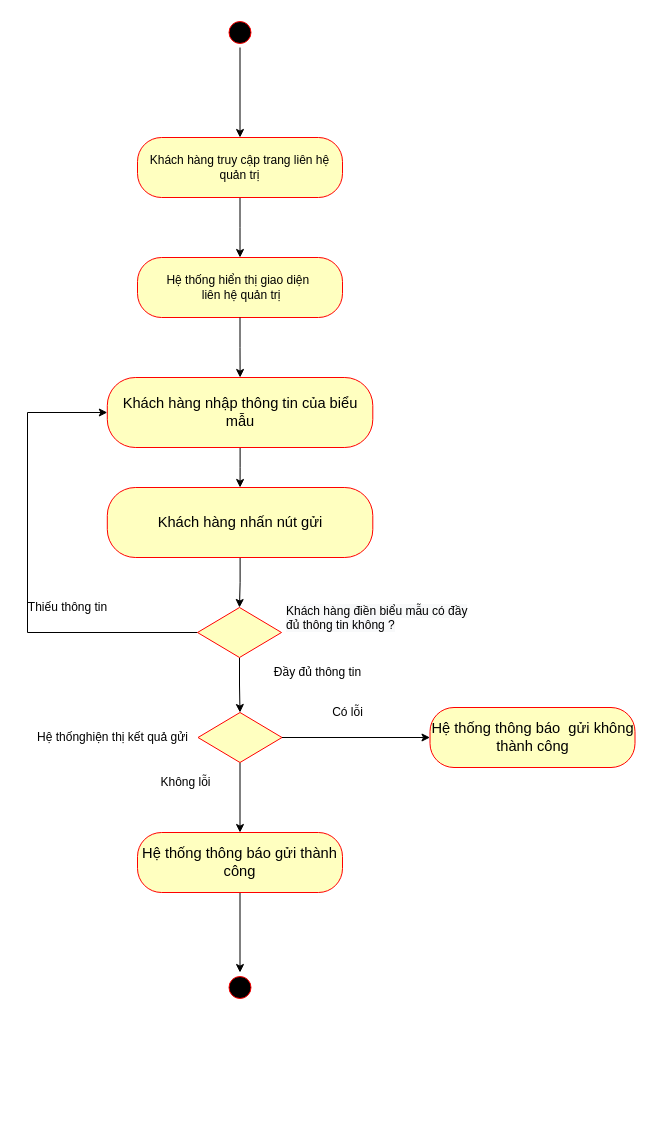
EdgarIgnite16/SGU-Course keeps this draw.io diagram as Nam3_HK1/CNPM_SoftTech/Activity Diagrams/Linh Quân/AD_LiênHệQuảnTrị.drawio. Above is the earlier version. Source tidied: cells renumbered, new cells numbered last; positions are measured from the earlier drawing's top-left corner, leaving out a move shared by most shapes. Both pictures are drawn from the tidied source at 100%, with x=0, y=0 at pixel (17, 17).
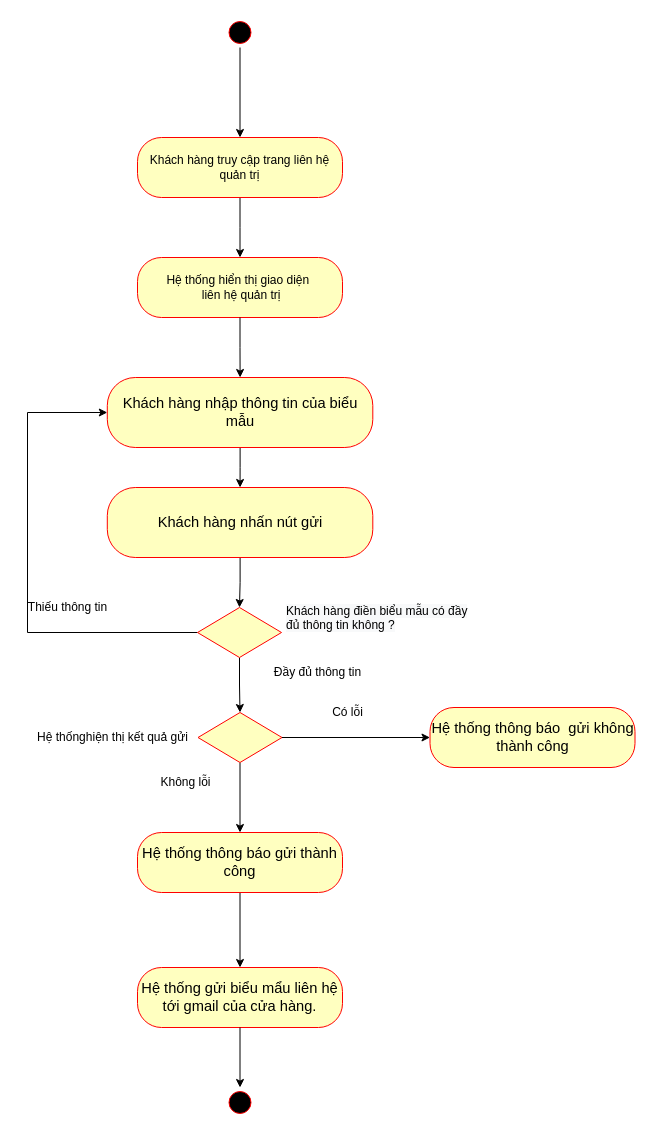
The same page after the edit.

The change refers to these unchanged cells:
```xml
<mxCell id="12" value="&lt;font face=&quot;calibri, sans-serif&quot;&gt;&lt;span style=&quot;font-size: 14.6667px&quot;&gt;Hệ thống thông báo gửi thành công&lt;br&gt;&lt;/span&gt;&lt;/font&gt;" style="rounded=1;whiteSpace=wrap;html=1;arcSize=40;fontColor=#000000;fillColor=#ffffc0;strokeColor=#ff0000;fontFamily=Helvetica;" parent="1" vertex="1">
  <mxGeometry x="120" y="815" width="205" height="60" as="geometry" />
</mxCell>
```

Diff of the diagram source:
```diff
@@
-    <mxCell id="11" style="edgeStyle=orthogonalEdgeStyle;rounded=0;jettySize=auto;html=1;entryX=0.5;entryY=0;entryDx=0;entryDy=0;" parent="1" edge="1" source="12" target="13">
+    <mxCell id="11" style="edgeStyle=orthogonalEdgeStyle;rounded=0;jettySize=auto;html=1;" parent="1" edge="1" source="12" target="28">
       <mxGeometry relative="1" as="geometry" />
     </mxCell>
@@
     <mxCell id="13" style="ellipse;html=1;shape=startState;fillColor=#000000;strokeColor=#ff0000;fontFamily=Helvetica;" parent="1" vertex="1">
-      <mxGeometry x="207.5" y="955" width="30" height="30" as="geometry" />
+      <mxGeometry x="207.5" y="1070" width="30" height="30" as="geometry" />
     </mxCell>
@@
+    <mxCell id="28" value="&lt;span id=&quot;docs-internal-guid-e414d633-7fff-2788-c159-fafd4c387476&quot;&gt;&lt;span style=&quot;font-size: 11pt ; font-family: &amp;#34;calibri&amp;#34; , sans-serif ; background-color: transparent ; vertical-align: baseline&quot;&gt;Hệ thống gửi biểu mẩu liên hệ tới gmail của cửa hàng.&lt;/span&gt;&lt;/span&gt;&lt;font face=&quot;calibri, sans-serif&quot;&gt;&lt;span style=&quot;font-size: 14.6667px&quot;&gt;&lt;br&gt;&lt;/span&gt;&lt;/font&gt;" style="rounded=1;whiteSpace=wrap;html=1;arcSize=40;fontColor=#000000;fillColor=#ffffc0;strokeColor=#ff0000;fontFamily=Helvetica;" parent="1" vertex="1">
+      <mxGeometry x="120" y="950" width="205" height="60" as="geometry" />
+    </mxCell>
+    <mxCell id="29" style="edgeStyle=orthogonalEdgeStyle;rounded=0;jettySize=auto;html=1;" parent="1" edge="1" source="28" target="13">
+      <mxGeometry relative="1" as="geometry" />
+    </mxCell>
```
